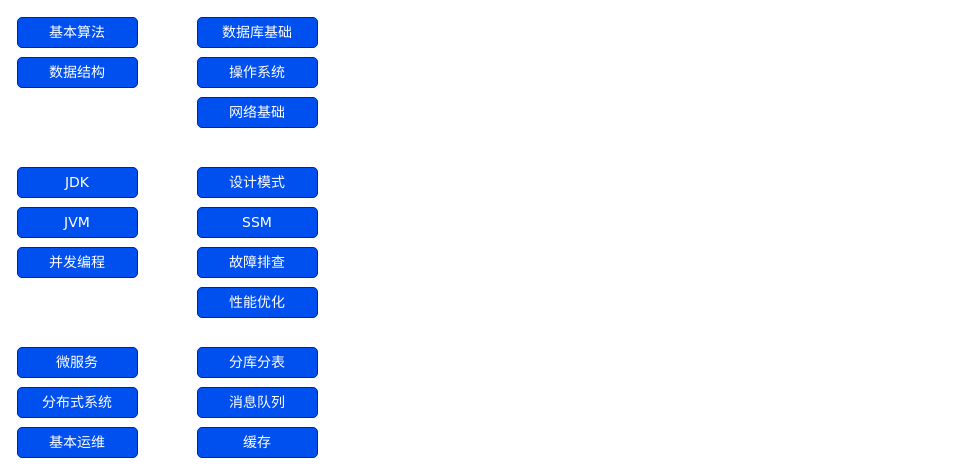
Above: jinfuzifund.drawio in wustmz/oss (draw.io), before the change. Source tidied: cells renumbered, new cells numbered last; positions are measured from the earlier drawing's top-left corner, leaving out a move shared by most shapes. Both pictures are drawn from the tidied source at 100%, with x=0, y=0 at pixel (17, 17).
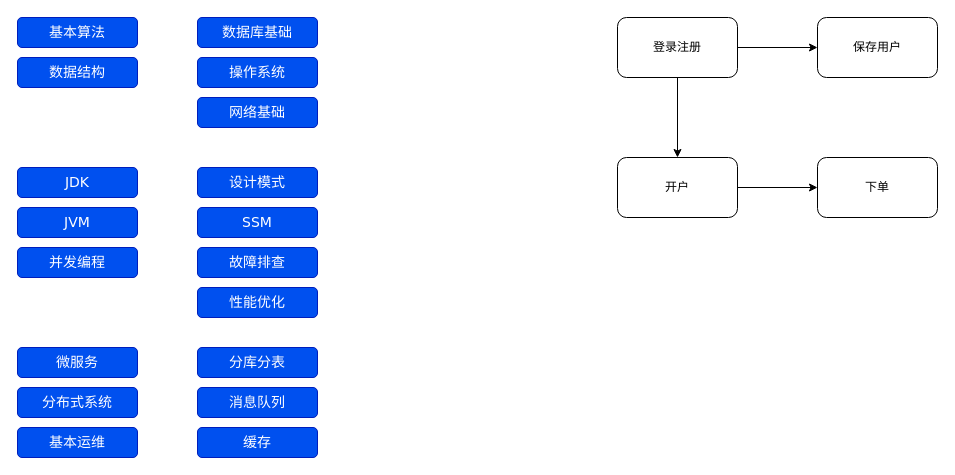
After the change.

What changed in the source:
```diff
@@
+    <mxCell id="20" style="edgeStyle=orthogonalEdgeStyle;rounded=0;jettySize=auto;html=1;" parent="1" edge="1" source="22" target="24">
+      <mxGeometry relative="1" as="geometry" />
+    </mxCell>
+    <mxCell id="21" style="edgeStyle=orthogonalEdgeStyle;rounded=0;jettySize=auto;html=1;" parent="1" edge="1" source="22" target="26">
+      <mxGeometry relative="1" as="geometry" />
+    </mxCell>
+    <mxCell id="22" value="登录注册" style="rounded=1;whiteSpace=wrap;html=1;" parent="1" vertex="1">
+      <mxGeometry x="600" width="120" height="60" as="geometry" />
+    </mxCell>
+    <mxCell id="23" style="edgeStyle=orthogonalEdgeStyle;rounded=0;jettySize=auto;html=1;" parent="1" edge="1" source="24" target="25">
+      <mxGeometry relative="1" as="geometry" />
+    </mxCell>
+    <mxCell id="24" value="开户" style="whiteSpace=wrap;html=1;rounded=1;" parent="1" vertex="1">
+      <mxGeometry x="600" y="140" width="120" height="60" as="geometry" />
+    </mxCell>
+    <mxCell id="25" value="下单" style="whiteSpace=wrap;html=1;rounded=1;" parent="1" vertex="1">
+      <mxGeometry x="800" y="140" width="120" height="60" as="geometry" />
+    </mxCell>
+    <mxCell id="26" value="保存用户" style="whiteSpace=wrap;html=1;rounded=1;" parent="1" vertex="1">
+      <mxGeometry x="800" width="120" height="60" as="geometry" />
+    </mxCell>
```
